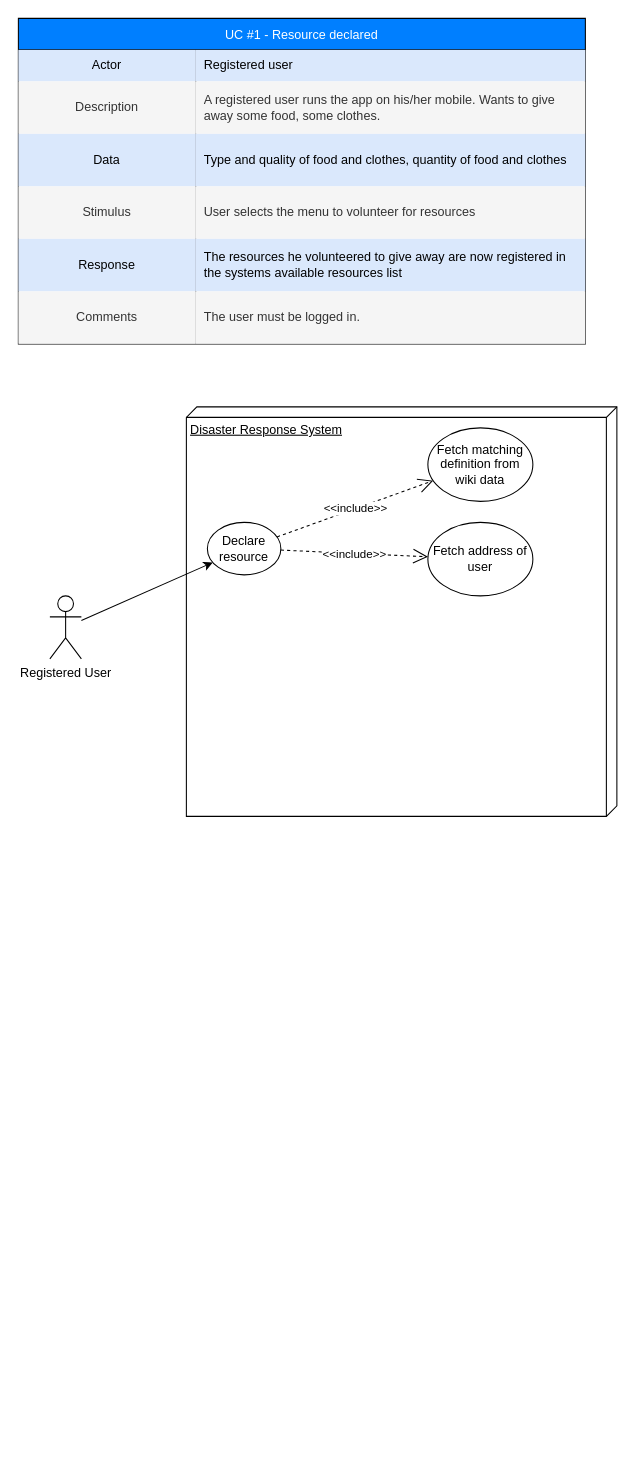
The draw.io diagram page "UC 1 - Food Resource Declared" (1 of 3) of UMLDiagrams/DR_UseCasesUML.drawio in bounswe/bounswe2023group2, before the edit. Source tidied: cells renumbered, new cells numbered last; positions are measured from the earlier drawing's top-left corner, leaving out a move shared by most shapes. Both pictures are drawn from the tidied source at 105%, with x=0, y=0 at pixel (18, 18).
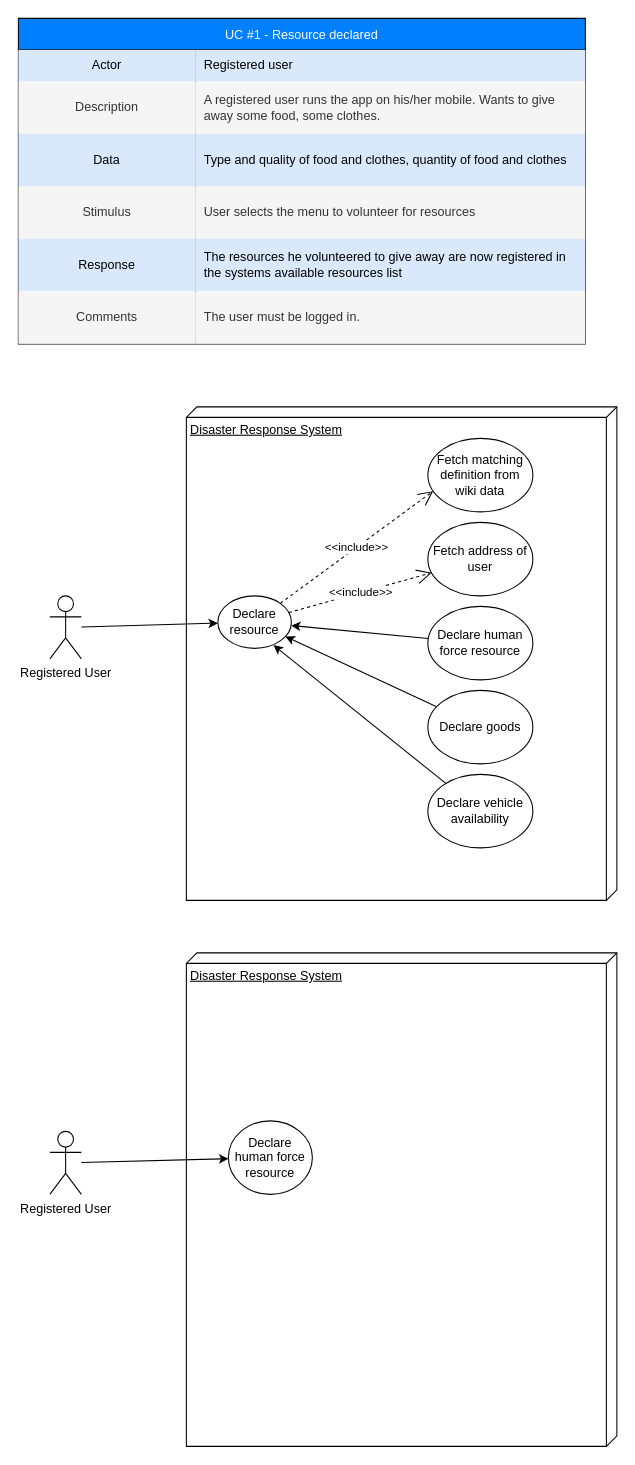
The same page after the edit.

What changed in the source:
```diff
@@
     <mxCell id="2" value="Disaster Response System" style="verticalAlign=top;align=left;spacingTop=8;spacingLeft=2;spacingRight=12;shape=cube;size=10;direction=south;fontStyle=4;html=1;whiteSpace=wrap;" parent="1" vertex="1">
-      <mxGeometry x="160" y="370" width="410" height="390" as="geometry" />
+      <mxGeometry x="160" y="370" width="410" height="470" as="geometry" />
     </mxCell>
@@
     <mxCell id="24" value="Declare resource" style="ellipse;whiteSpace=wrap;html=1;" parent="1" vertex="1">
-      <mxGeometry x="180" y="480" width="70" height="50" as="geometry" />
+      <mxGeometry x="190" y="550" width="70" height="50" as="geometry" />
     </mxCell>
     <mxCell id="25" value="Fetch matching definition from wiki data" style="ellipse;whiteSpace=wrap;html=1;" parent="1" vertex="1">
-      <mxGeometry x="390" y="390" width="100" height="70" as="geometry" />
+      <mxGeometry x="390" y="400" width="100" height="70" as="geometry" />
     </mxCell>
@@
+    <mxCell id="29" style="rounded=0;jettySize=auto;html=1;" parent="1" edge="1" source="30" target="24">
+      <mxGeometry relative="1" as="geometry" />
+    </mxCell>
+    <mxCell id="30" value="Declare human force resource" style="ellipse;whiteSpace=wrap;html=1;" parent="1" vertex="1">
+      <mxGeometry x="390" y="560" width="100" height="70" as="geometry" />
+    </mxCell>
+    <mxCell id="31" style="rounded=0;jettySize=auto;html=1;" parent="1" edge="1" source="32" target="24">
+      <mxGeometry relative="1" as="geometry" />
+    </mxCell>
+    <mxCell id="32" value="Declare goods" style="ellipse;whiteSpace=wrap;html=1;" parent="1" vertex="1">
+      <mxGeometry x="390" y="640" width="100" height="70" as="geometry" />
+    </mxCell>
+    <mxCell id="33" style="rounded=0;jettySize=auto;html=1;entryX=0.757;entryY=0.938;entryDx=0;entryDy=0;entryPerimeter=0;" parent="1" edge="1" source="34" target="24">
+      <mxGeometry relative="1" as="geometry" />
+    </mxCell>
+    <mxCell id="34" value="Declare vehicle availability" style="ellipse;whiteSpace=wrap;html=1;" parent="1" vertex="1">
+      <mxGeometry x="390" y="720" width="100" height="70" as="geometry" />
+    </mxCell>
+    <mxCell id="35" value="Disaster Response System" style="verticalAlign=top;align=left;spacingTop=8;spacingLeft=2;spacingRight=12;shape=cube;size=10;direction=south;fontStyle=4;html=1;whiteSpace=wrap;" parent="1" vertex="1">
+      <mxGeometry x="160" y="890" width="410" height="470" as="geometry" />
+    </mxCell>
+    <mxCell id="36" value="Declare human force resource" style="ellipse;whiteSpace=wrap;html=1;" parent="1" vertex="1">
+      <mxGeometry x="200" y="1050" width="80" height="70" as="geometry" />
+    </mxCell>
+    <mxCell id="37" style="rounded=0;jettySize=auto;html=1;" parent="1" edge="1" source="38" target="36">
+      <mxGeometry relative="1" as="geometry" />
+    </mxCell>
+    <mxCell id="38" value="Registered User" style="shape=umlActor;verticalLabelPosition=bottom;verticalAlign=top;html=1;" parent="1" vertex="1">
+      <mxGeometry x="30" y="1060" width="30" height="60" as="geometry" />
+    </mxCell>
```
